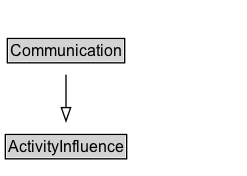
The Graphviz diagram docs/diagrams/Communication.dot.png in k-vaughn/ontology-import-prov, before a commit. Its source is kept beside it as docs/diagrams/Communication.dot. The source it was exported from:
```dot
digraph {
	graph [overlap=false rankdir=TB splines=true]
	node [fontname=Arial fontsize=12 margin=0 shape=none]
	edge [fontname=Arial fontsize=11]
	Communication [label=<<TABLE BORDER="1" CELLBORDER="0" CELLSPACING="0" CELLPADDING="1"><TR><TD BGCOLOR="lightgray" ALIGN="CENTER">Communication</TD></TR></TABLE>> URL="../Communication" margin=0]
	{
		rank=max
	}
	subgraph cluster_associated {
		label="" style=invis
		Invis [label=<<TABLE BORDER="0" CELLBORDER="0" CELLSPACING="0" CELLPADDING="1"><TR><TD></TD></TR></TABLE>> margin=0 style=invis]
	}
	ActivityInfluence [label=<<TABLE BORDER="1" CELLBORDER="0" CELLSPACING="0" CELLPADDING="1"><TR><TD BGCOLOR="lightgray" ALIGN="CENTER">ActivityInfluence</TD></TR></TABLE>> URL="../ActivityInfluence" margin=0]
	Communication -> ActivityInfluence [arrowhead=onormal style=solid]
}
```
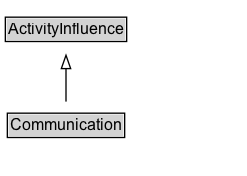
The same file after the commit.

Change to the diagram source:
```diff
@@ -2,6 +2,10 @@
 	graph [overlap=false rankdir=TB splines=true]
 	node [fontname=Arial fontsize=12 margin=0 shape=none]
 	edge [fontname=Arial fontsize=11]
+	{
+		rank=source
+		ActivityInfluence [label=<<TABLE BORDER="1" CELLBORDER="0" CELLSPACING="0" CELLPADDING="1"><TR><TD BGCOLOR="lightgray" ALIGN="CENTER">ActivityInfluence</TD></TR></TABLE>> URL="../ActivityInfluence" margin=0]
+	}
 	Communication [label=<<TABLE BORDER="1" CELLBORDER="0" CELLSPACING="0" CELLPADDING="1"><TR><TD BGCOLOR="lightgray" ALIGN="CENTER">Communication</TD></TR></TABLE>> URL="../Communication" margin=0]
 	{
 		rank=max
@@ -10,6 +14,5 @@
 		label="" style=invis
 		Invis [label=<<TABLE BORDER="0" CELLBORDER="0" CELLSPACING="0" CELLPADDING="1"><TR><TD></TD></TR></TABLE>> margin=0 style=invis]
 	}
-	ActivityInfluence [label=<<TABLE BORDER="1" CELLBORDER="0" CELLSPACING="0" CELLPADDING="1"><TR><TD BGCOLOR="lightgray" ALIGN="CENTER">ActivityInfluence</TD></TR></TABLE>> URL="../ActivityInfluence" margin=0]
 	Communication -> ActivityInfluence [arrowhead=onormal style=solid]
 }
```
